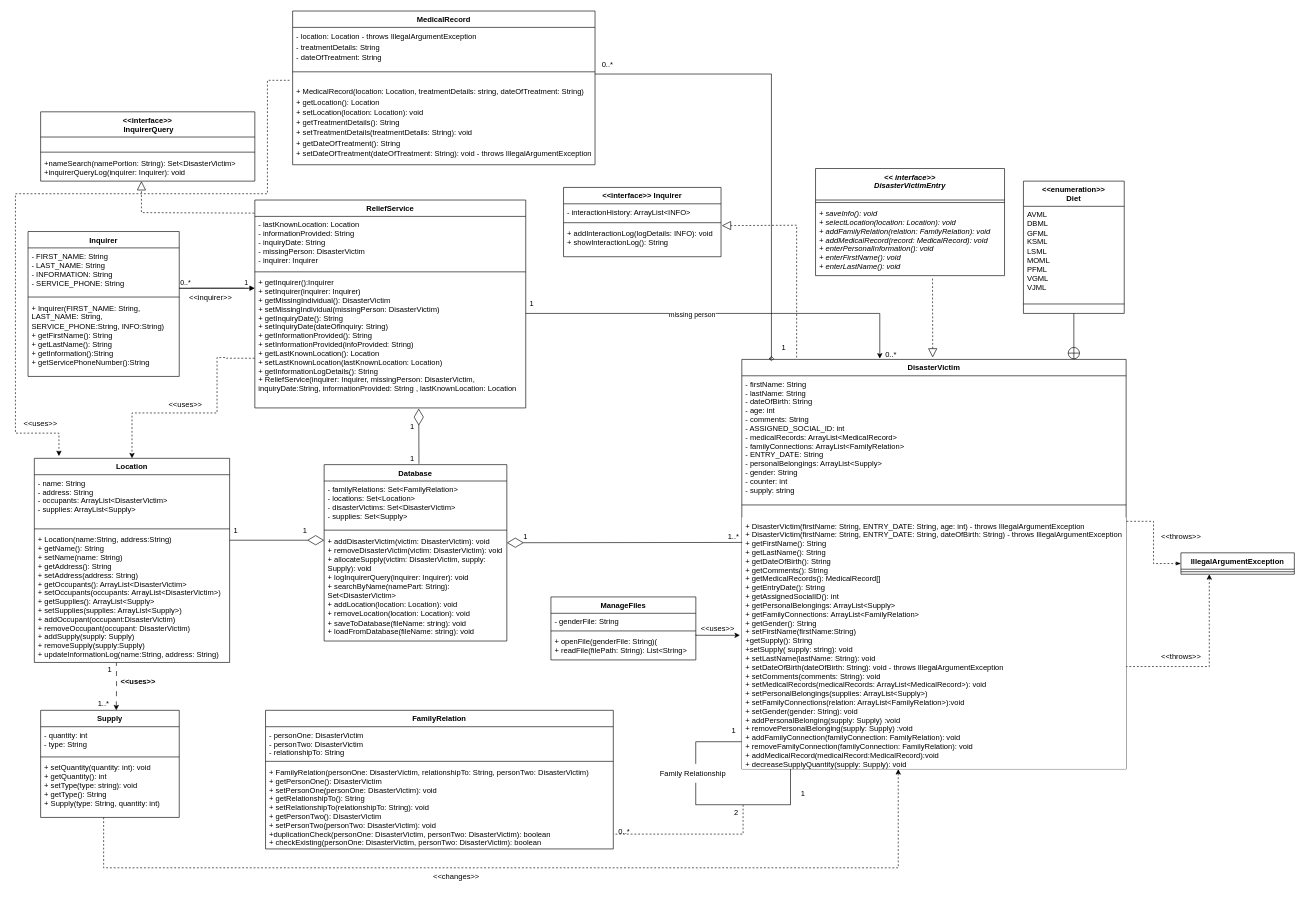
The draw.io diagram UML.drawio in aroushq1/380_assignment1_Java_Testing, before the edit. Source tidied: cells renumbered, new cells numbered last; positions are measured from the earlier drawing's top-left corner, leaving out a move shared by most shapes. Both pictures are drawn from the tidied source at 63%, with x=0, y=0 at pixel (15, 11).
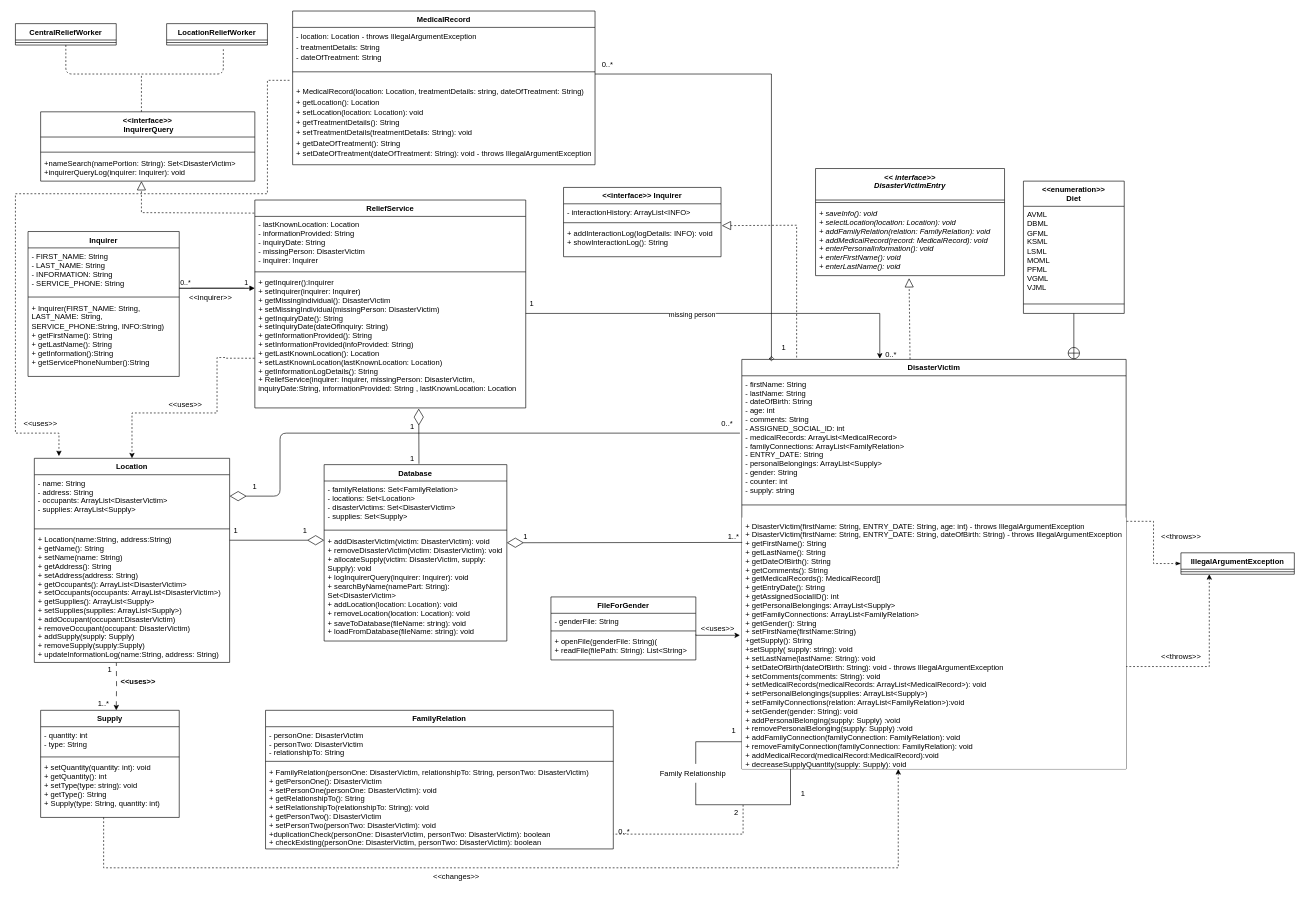
The same diagram, later.

Commit message:
fixed relationships, added to query interface

Unchanged cells that the change refers to:
```xml
<mxCell id="49" value="+ saveInfo(): void &#10;+ selectLocation(location: Location): void &#10;+ addFamilyRelation(relation: FamilyRelation): void&#10;+ addMedicalRecord(record: MedicalRecord): void&#10;+ enterPersonalInformation(): void&#10;+ enterFirstName(): void&#10;+ enterLastName(): void&#10;&#10;&#10;" style="text;strokeColor=none;fillColor=none;align=left;verticalAlign=top;spacingLeft=4;spacingRight=4;overflow=hidden;points=[[0,0.5],[1,0.5]];portConstraint=eastwest;fontStyle=2;" parent="47" vertex="1">
  <mxGeometry y="58" width="300" height="112" as="geometry" />
</mxCell>
<mxCell id="95" value="0..*" style="text;html=1;strokeColor=none;fillColor=none;align=center;verticalAlign=middle;whiteSpace=wrap;rounded=0;" parent="1" vertex="1">
  <mxGeometry x="1360" y="530" width="60" height="30" as="geometry" />
</mxCell>
```

The edit, as a diff of the source:
```diff
@@
-    <mxCell id="81" value="ManageFiles" style="swimlane;fontStyle=1;align=center;verticalAlign=top;horizontal=1;startSize=26;" parent="1" vertex="1">
+    <mxCell id="81" value="FileForGender" style="swimlane;fontStyle=1;align=center;verticalAlign=top;horizontal=1;startSize=26;" parent="1" vertex="1">
       <mxGeometry x="850" y="930" width="230" height="100" as="geometry" />
     </mxCell>
@@
-    <mxCell id="96" style="endArrow=block;dashed=1;endFill=0;endSize=12;html=1;rounded=0;exitX=0.619;exitY=1.042;exitDx=0;exitDy=0;exitPerimeter=0;" parent="1" edge="1" source="49">
-      <mxGeometry relative="1" as="geometry">
-        <mxPoint x="1456" y="550" as="targetPoint" />
-      </mxGeometry>
+    <mxCell id="96" style="endArrow=block;dashed=1;endFill=0;endSize=12;html=1;rounded=0;exitX=1;exitY=0.75;exitDx=0;exitDy=0;entryX=0.495;entryY=1.036;entryDx=0;entryDy=0;entryPerimeter=0;" parent="1" edge="1" source="95" target="49">
+      <mxGeometry relative="1" as="geometry" />
     </mxCell>
@@
+    <mxCell id="102" style="endArrow=diamondThin;endFill=0;endSize=24;html=1;" parent="1" edge="1">
+      <mxGeometry relative="1" as="geometry">
+        <mxPoint x="1150" y="670" as="sourcePoint" />
+        <mxPoint x="340" y="770" as="targetPoint" />
+        <Array as="points">
+          <mxPoint x="420" y="670" />
+          <mxPoint x="420" y="770" />
+        </Array>
+      </mxGeometry>
+    </mxCell>
+    <mxCell id="103" value="1" style="text;html=1;strokeColor=none;fillColor=none;align=center;verticalAlign=middle;whiteSpace=wrap;rounded=0;" parent="1" vertex="1">
+      <mxGeometry x="350" y="740" width="60" height="30" as="geometry" />
+    </mxCell>
+    <mxCell id="104" value="0..*" style="text;html=1;strokeColor=none;fillColor=none;align=center;verticalAlign=middle;whiteSpace=wrap;rounded=0;" parent="1" vertex="1">
+      <mxGeometry x="1100" y="640" width="60" height="30" as="geometry" />
+    </mxCell>
+    <mxCell id="105" style="endArrow=none;dashed=1;html=1;" parent="1" edge="1">
+      <mxGeometry relative="1" as="geometry">
+        <mxPoint x="200" y="160" as="sourcePoint" />
+        <mxPoint x="200" y="100" as="targetPoint" />
+      </mxGeometry>
+    </mxCell>
+    <mxCell id="106" value="CentralReliefWorker" style="swimlane;fontStyle=1;align=center;verticalAlign=top;horizontal=1;startSize=26;" parent="1" vertex="1">
+      <mxGeometry y="20" width="160" height="34" as="geometry" />
+    </mxCell>
+    <mxCell id="107" style="line;strokeWidth=1;fillColor=none;align=left;verticalAlign=middle;spacingTop=-1;spacingLeft=3;spacingRight=3;labelPosition=right;strokeColor=inherit;" parent="106" vertex="1">
+      <mxGeometry y="26" width="160" height="8" as="geometry" />
+    </mxCell>
+    <mxCell id="108" value="LocationReliefWorker" style="swimlane;fontStyle=1;align=center;verticalAlign=top;horizontal=1;startSize=26;" parent="1" vertex="1">
+      <mxGeometry x="240" y="20" width="160" height="34" as="geometry" />
+    </mxCell>
+    <mxCell id="109" style="line;strokeWidth=1;fillColor=none;align=left;verticalAlign=middle;spacingTop=-1;spacingLeft=3;spacingRight=3;labelPosition=right;strokeColor=inherit;" parent="108" vertex="1">
+      <mxGeometry y="26" width="160" height="8" as="geometry" />
+    </mxCell>
+    <mxCell id="110" style="endArrow=none;dashed=1;html=1;exitX=0.5;exitY=1;exitDx=0;exitDy=0;" parent="1" edge="1" source="106">
+      <mxGeometry relative="1" as="geometry">
+        <mxPoint x="330" y="60" as="targetPoint" />
+        <Array as="points">
+          <mxPoint x="80" y="100" />
+          <mxPoint x="330" y="100" />
+          <mxPoint x="330" y="80" />
+        </Array>
+      </mxGeometry>
+    </mxCell>
```
